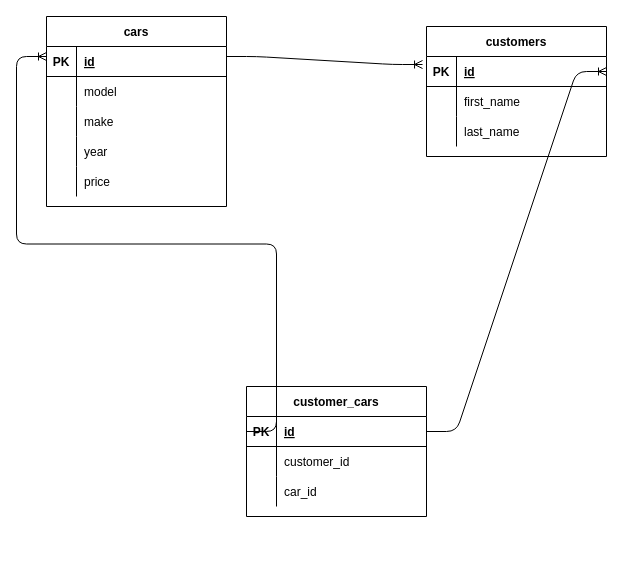
Earlier version of the draw.io diagram Untitled Diagram.drawio (sflaherty50/ProductsDBdraw). Source tidied: cells renumbered, new cells numbered last; positions are measured from the earlier drawing's top-left corner, leaving out a move shared by most shapes. Both pictures are drawn from the tidied source at 100%, with x=0, y=0 at pixel (46, 16).
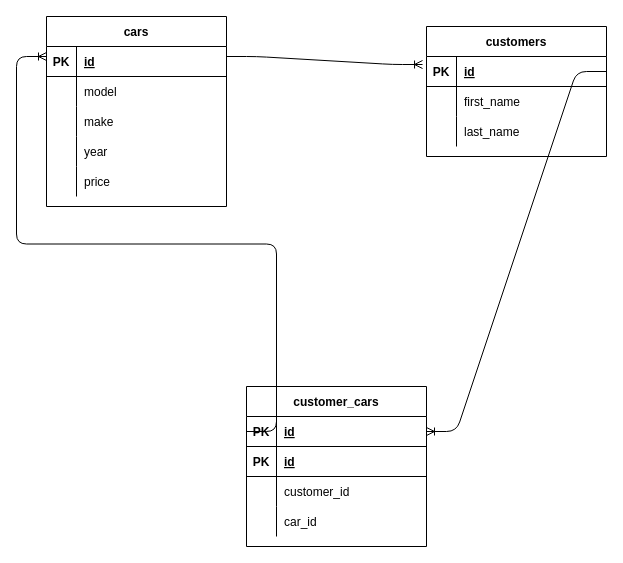
After the change.

The change refers to these unchanged cells:
```xml
<mxCell id="19" style="shape=partialRectangle;fillColor=none;top=0;left=0;bottom=1;right=0;points=[[0,0.5],[1,0.5]];portConstraint=eastwest;" parent="18" vertex="1">
  <mxGeometry y="30" width="180" height="30" as="geometry" />
</mxCell>
<mxCell id="29" style="shape=partialRectangle;fillColor=none;top=0;left=0;bottom=1;right=0;points=[[0,0.5],[1,0.5]];portConstraint=eastwest;" parent="28" vertex="1">
  <mxGeometry y="30" width="180" height="30" as="geometry" />
</mxCell>
```

The edit, as a diff of the source:
```diff
@@
     <mxCell id="28" value="customer_cars" style="shape=table;startSize=30;childLayout=tableLayout;rowLines=0;fontStyle=1;align=center;" parent="1" vertex="1">
-      <mxGeometry x="200" y="370" width="180" height="130" as="geometry" />
+      <mxGeometry x="200" y="370" width="180" height="160" as="geometry" />
     </mxCell>
@@
+    <mxCell id="41" style="shape=partialRectangle;fillColor=none;top=0;left=0;bottom=1;right=0;" parent="28" vertex="1">
+      <mxGeometry y="60" width="180" height="30" as="geometry" />
+    </mxCell>
+    <mxCell id="42" value="PK" style="shape=partialRectangle;fillColor=none;top=0;left=0;bottom=0;right=0;fontStyle=1;overflow=hidden;" parent="41" vertex="1">
+      <mxGeometry width="30" height="30" as="geometry" />
+    </mxCell>
+    <mxCell id="43" value="id" style="shape=partialRectangle;fillColor=none;top=0;left=0;bottom=0;right=0;align=left;spacingLeft=6;fontStyle=5;overflow=hidden;" parent="41" vertex="1">
+      <mxGeometry x="30" width="150" height="30" as="geometry" />
+    </mxCell>
     <mxCell id="32" style="shape=partialRectangle;fillColor=none;top=0;left=0;bottom=0;right=0;" parent="28" vertex="1">
-      <mxGeometry y="60" width="180" height="30" as="geometry" />
+      <mxGeometry y="90" width="180" height="30" as="geometry" />
     </mxCell>
@@
     <mxCell id="35" style="shape=partialRectangle;fillColor=none;top=0;left=0;bottom=0;right=0;" parent="28" vertex="1">
-      <mxGeometry y="90" width="180" height="30" as="geometry" />
+      <mxGeometry y="120" width="180" height="30" as="geometry" />
     </mxCell>
@@
-    <mxCell id="40" style="edgeStyle=entityRelationEdgeStyle;fontSize=12;html=1;endArrow=ERoneToMany;entryX=1;entryY=0.5;entryDx=0;entryDy=0;exitX=1;exitY=0.5;exitDx=0;exitDy=0;" parent="1" edge="1" source="29" target="19">
+    <mxCell id="40" style="edgeStyle=entityRelationEdgeStyle;fontSize=12;html=1;endArrow=ERoneToMany;exitX=1;exitY=0.5;exitDx=0;exitDy=0;" parent="1" edge="1" source="19" target="29">
       <mxGeometry relative="1" as="geometry" />
     </mxCell>
```
